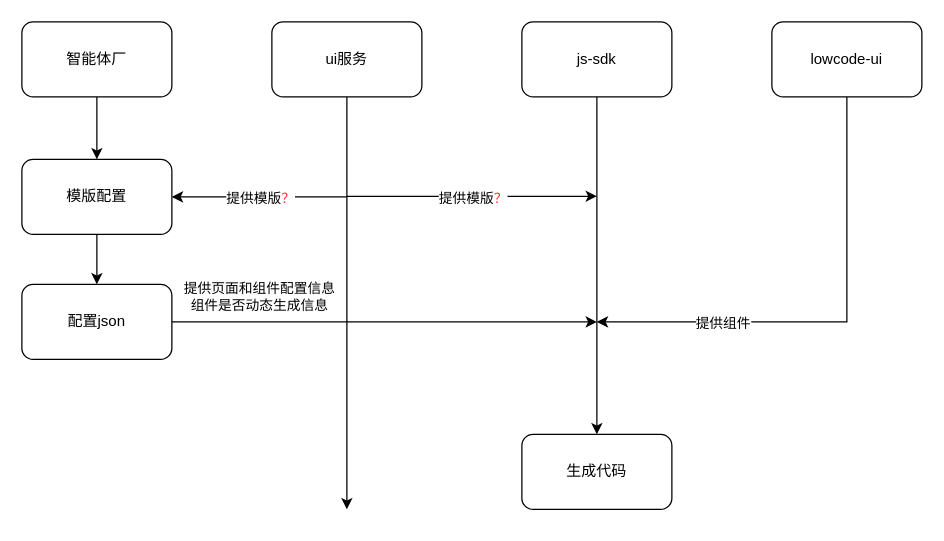
This is ui服务.drawio from Sunkisot/drawio, a draw.io file, before an edit. Source tidied: cells renumbered, new cells numbered last; positions are measured from the earlier drawing's top-left corner, leaving out a move shared by most shapes. Both pictures are drawn from the tidied source at 125%, with x=0, y=0 at pixel (21, 21).
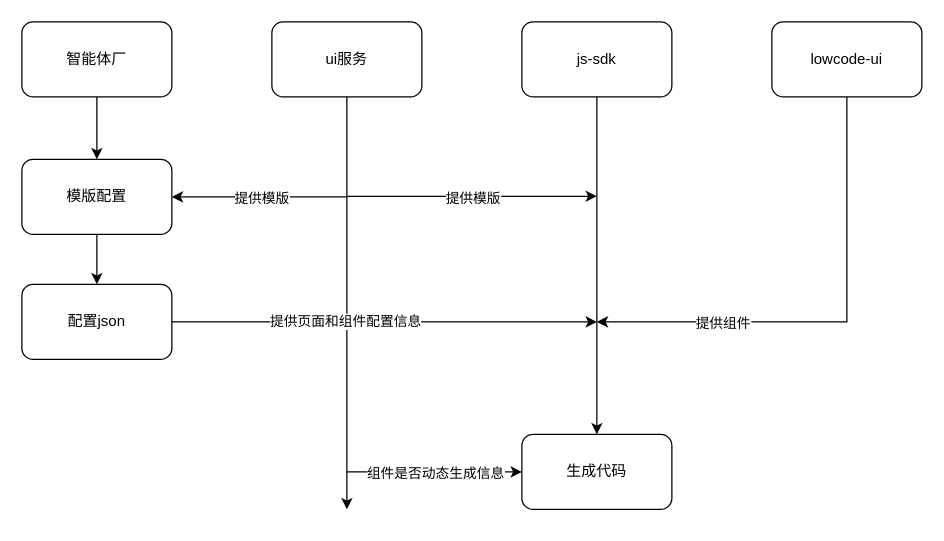
The same diagram, later.

The change refers to these unchanged cells:
```xml
<mxCell id="10" style="endArrow=classic;html=1;rounded=0;entryX=1;entryY=0.5;entryDx=0;entryDy=0;" parent="1" edge="1" target="5">
  <mxGeometry relative="1" as="geometry">
    <mxPoint x="260" y="140" as="sourcePoint" />
    <Array as="points">
      <mxPoint x="160" y="140" />
    </Array>
  </mxGeometry>
</mxCell>
<mxCell id="12" value="配置json" style="whiteSpace=wrap;html=1;rounded=1;" parent="1" vertex="1">
  <mxGeometry y="210" width="120" height="60" as="geometry" />
</mxCell>
<mxCell id="13" value="生成代码" style="whiteSpace=wrap;html=1;rounded=1;" parent="1" vertex="1">
  <mxGeometry x="400" y="330" width="120" height="60" as="geometry" />
</mxCell>
<mxCell id="14" style="endArrow=classic;html=1;rounded=0;fontColor=#FF3333;" parent="1" edge="1">
  <mxGeometry relative="1" as="geometry">
    <mxPoint x="260" y="139.5" as="sourcePoint" />
    <mxPoint x="460" y="139.5" as="targetPoint" />
    <Array as="points">
      <mxPoint x="410" y="139.5" />
    </Array>
  </mxGeometry>
</mxCell>
```

Diff of the diagram source:
```diff
@@
-    <mxCell id="11" value="提供模版&lt;font color=&quot;#ff3333&quot;&gt;？&lt;/font&gt;" style="edgeLabel;html=1;align=center;verticalAlign=middle;" parent="10" vertex="1">
-      <mxGeometry relative="1" as="geometry" />
+    <mxCell id="11" value="提供模版" style="edgeLabel;html=1;align=center;verticalAlign=middle;" parent="10" vertex="1">
+      <mxGeometry relative="1" as="geometry">
+        <mxPoint x="1" as="offset" />
+      </mxGeometry>
     </mxCell>
@@
-    <mxCell id="15" value="&lt;font color=&quot;#000000&quot;&gt;提供模版&lt;/font&gt;？" style="edgeLabel;html=1;align=center;verticalAlign=middle;fontColor=#FF3333;" parent="14" vertex="1">
+    <mxCell id="15" value="&lt;font color=&quot;#000000&quot;&gt;提供模版&lt;/font&gt;" style="edgeLabel;html=1;align=center;verticalAlign=middle;fontColor=#FF3333;" parent="14" vertex="1">
       <mxGeometry relative="1" as="geometry">
         <mxPoint y="1" as="offset" />
       </mxGeometry>
     </mxCell>
-    <mxCell id="16" value="提供页面和组件配置信息&lt;br&gt;组件是否动态生成信息" style="endArrow=classic;html=1;rounded=0;fontColor=#000000;exitX=1;exitY=0.5;exitDx=0;exitDy=0;" parent="1" edge="1" source="12">
-      <mxGeometry x="-0.59" y="20" relative="1" as="geometry">
+    <mxCell id="16" value="提供页面和组件配置信息" style="endArrow=classic;html=1;rounded=0;fontColor=#000000;exitX=1;exitY=0.5;exitDx=0;exitDy=0;" parent="1" edge="1" source="12">
+      <mxGeometry x="-0.18" relative="1" as="geometry">
         <mxPoint x="460" y="240" as="targetPoint" />
       </mxGeometry>
     </mxCell>
@@
+    <mxCell id="20" style="endArrow=classic;html=1;rounded=0;fontColor=#000000;entryX=0;entryY=0.5;entryDx=0;entryDy=0;" parent="1" edge="1" target="13">
+      <mxGeometry relative="1" as="geometry">
+        <mxPoint x="260" y="360" as="sourcePoint" />
+      </mxGeometry>
+    </mxCell>
+    <mxCell id="21" value="组件是否动态生成信息" style="edgeLabel;html=1;align=center;verticalAlign=middle;fontColor=#000000;" parent="20" vertex="1">
+      <mxGeometry relative="1" as="geometry" />
+    </mxCell>
```
